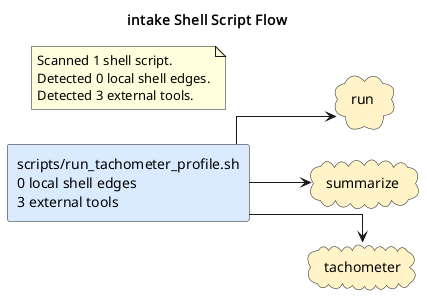
Before: docs/diagrams/shell-call-graph.puml.png, a diagram exported from PlantUML (casonk/intake).
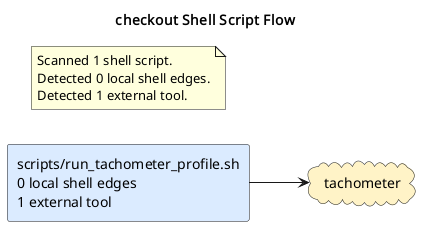
After the commit.

Change to the diagram source:
```diff
@@ -1,20 +1,16 @@
 @startuml
-title intake Shell Script Flow
+title checkout Shell Script Flow
 left to right direction
 skinparam shadowing false
 skinparam defaultFontName Monospace
 skinparam componentStyle rectangle
 skinparam linetype ortho
-rectangle "scripts/run_tachometer_profile.sh\n0 local shell edges\n3 external tools" as shell_scripts_run_tachometer_profile_sh #DBEAFE
-cloud "run" as tool_run #FEF3C7
-cloud "summarize" as tool_summarize #FEF3C7
+rectangle "scripts/run_tachometer_profile.sh\n0 local shell edges\n1 external tool" as shell_scripts_run_tachometer_profile_sh #DBEAFE
 cloud "tachometer" as tool_tachometer #FEF3C7
-shell_scripts_run_tachometer_profile_sh --> tool_run
-shell_scripts_run_tachometer_profile_sh --> tool_summarize
 shell_scripts_run_tachometer_profile_sh --> tool_tachometer
 note as shellGraphSummary
 Scanned 1 shell script.
 Detected 0 local shell edges.
-Detected 3 external tools.
+Detected 1 external tool.
 end note
 @enduml
```
